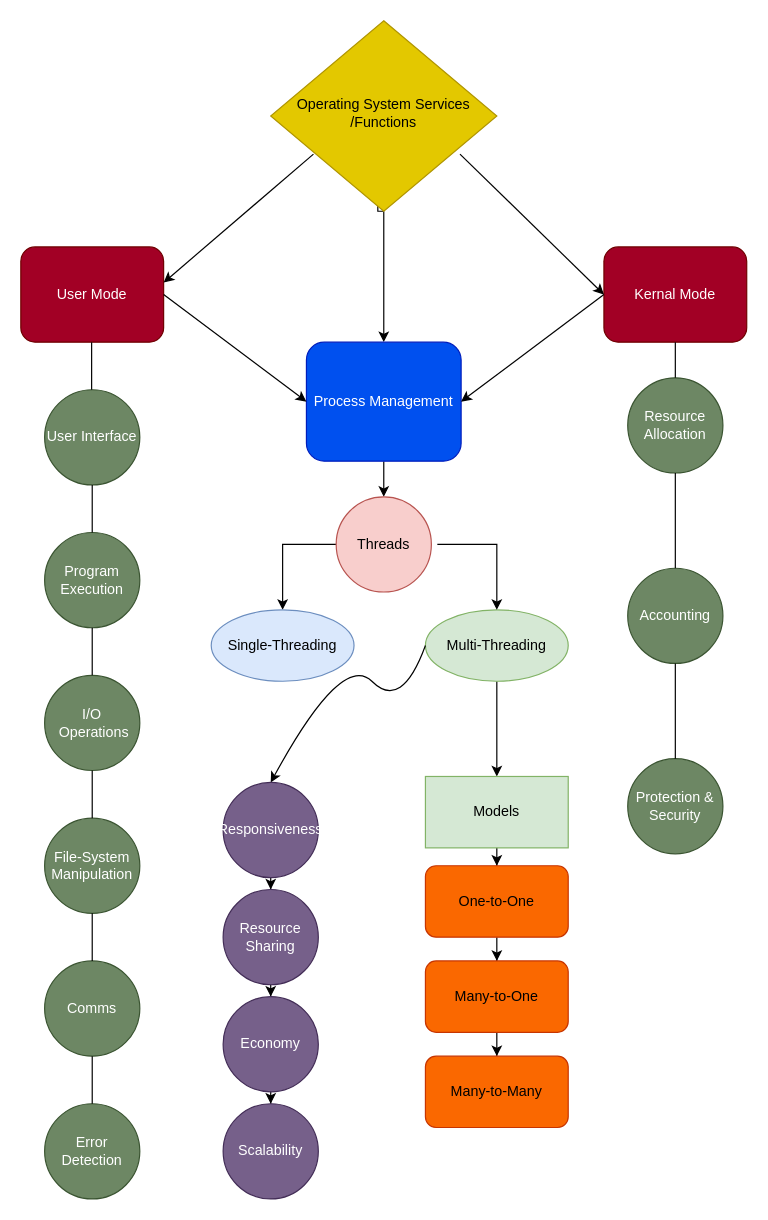
The draw.io diagram Untitled Diagram.drawio in GroovyDrew93/crypto, before the edit. Source tidied: cells renumbered, new cells numbered last; positions are measured from the earlier drawing's top-left corner, leaving out a move shared by most shapes. Both pictures are drawn from the tidied source at 119%, with x=0, y=0 at pixel (20, 20).
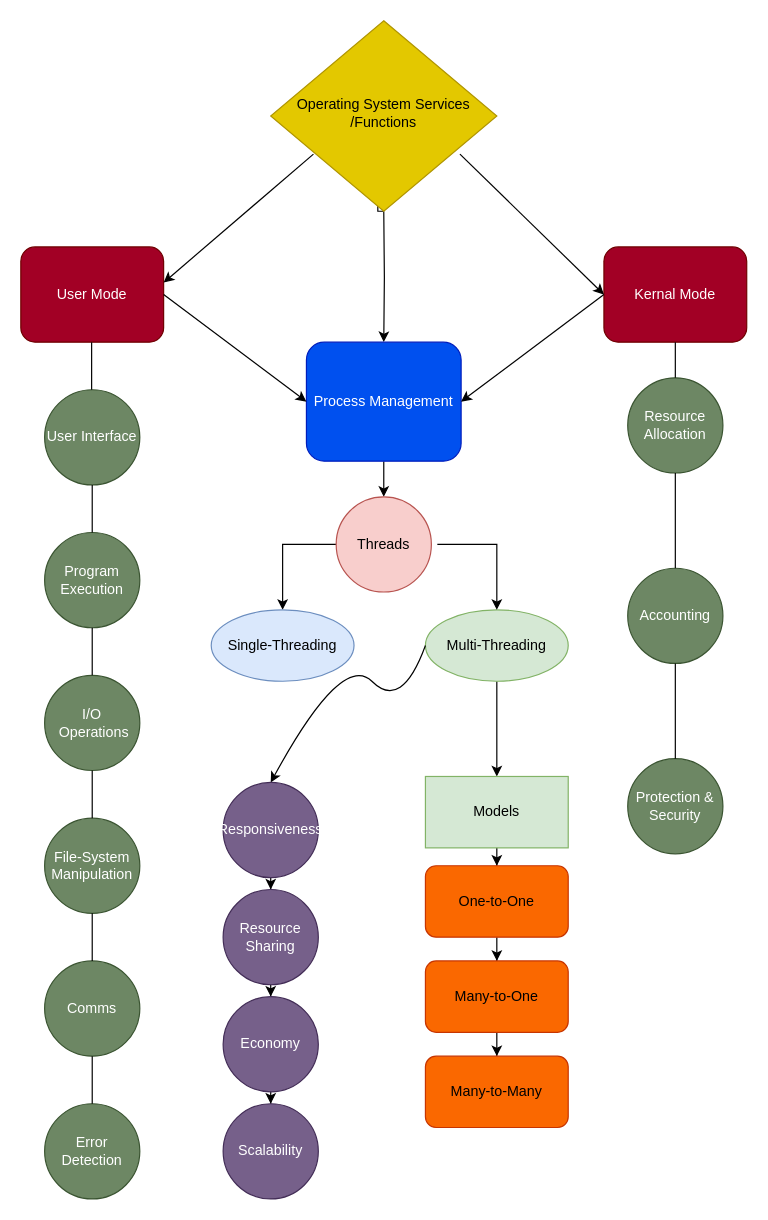
After the change.

The change refers to these unchanged cells:
```xml
<mxCell id="5" value="Operating System Services&lt;br&gt;/Functions" style="rhombus;whiteSpace=wrap;html=1;shadow=0;fontFamily=Helvetica;fontSize=12;align=center;strokeWidth=1;spacing=6;spacingTop=-4;fillColor=#e3c800;fontColor=#000000;strokeColor=#B09500;" parent="1" vertex="1">
  <mxGeometry x="210" width="190" height="160" as="geometry" />
</mxCell>
<mxCell id="7" value="Kernal Mode" style="rounded=1;whiteSpace=wrap;html=1;fillColor=#a20025;fontColor=#ffffff;strokeColor=#6F0000;" parent="1" vertex="1">
  <mxGeometry x="490" y="190" width="120" height="80" as="geometry" />
</mxCell>
<mxCell id="28" value="Process Management" style="rounded=1;whiteSpace=wrap;html=1;fillColor=#0050ef;fontColor=#ffffff;strokeColor=#001DBC;" parent="1" vertex="1">
  <mxGeometry x="240" y="270" width="130" height="100" as="geometry" />
</mxCell>
```

Change to the diagram source:
```diff
@@
-    <mxCell id="3" style="edgeStyle=orthogonalEdgeStyle;rounded=0;jettySize=auto;html=1;exitX=0.5;exitY=1;exitDx=0;exitDy=0;" parent="1" edge="1" source="5">
+    <mxCell id="3" style="edgeStyle=orthogonalEdgeStyle;rounded=0;orthogonalLoop=1;jettySize=auto;html=1;exitX=0.5;exitY=1;exitDx=0;exitDy=0;" parent="1" edge="1">
       <mxGeometry relative="1" as="geometry">
+        <mxPoint x="305" y="160" as="sourcePoint" />
         <mxPoint x="300" y="140" as="targetPoint" />
       </mxGeometry>
     </mxCell>
-    <mxCell id="4" style="edgeStyle=orthogonalEdgeStyle;rounded=0;jettySize=auto;html=1;" parent="1" edge="1" source="5" target="28">
-      <mxGeometry relative="1" as="geometry" />
+    <mxCell id="4" style="edgeStyle=orthogonalEdgeStyle;rounded=0;jettySize=auto;html=1;" parent="1" edge="1" target="28">
+      <mxGeometry relative="1" as="geometry">
+        <mxPoint x="305" y="160" as="sourcePoint" />
+      </mxGeometry>
     </mxCell>
@@
-    <mxCell id="6" style="endArrow=classic;html=1;rounded=0;exitX=0.189;exitY=0.7;exitDx=0;exitDy=0;exitPerimeter=0;" parent="1" edge="1" source="5">
+    <mxCell id="6" style="endArrow=classic;html=1;rounded=0;exitX=0.189;exitY=0.7;exitDx=0;exitDy=0;exitPerimeter=0;" parent="1" edge="1">
       <mxGeometry relative="1" as="geometry">
+        <mxPoint x="245.9" y="112" as="sourcePoint" />
         <mxPoint x="120" y="220" as="targetPoint" />
       </mxGeometry>
     </mxCell>
@@
-    <mxCell id="8" style="endArrow=classic;html=1;rounded=0;exitX=0.837;exitY=0.7;exitDx=0;exitDy=0;entryX=0;entryY=0.5;entryDx=0;entryDy=0;exitPerimeter=0;" parent="1" edge="1" source="5" target="7">
-      <mxGeometry relative="1" as="geometry" />
+    <mxCell id="8" style="endArrow=classic;html=1;rounded=0;exitX=0.837;exitY=0.7;exitDx=0;exitDy=0;entryX=0;entryY=0.5;entryDx=0;entryDy=0;exitPerimeter=0;" parent="1" edge="1" target="7">
+      <mxGeometry relative="1" as="geometry">
+        <mxPoint x="369" y="112" as="sourcePoint" />
+      </mxGeometry>
     </mxCell>
```
